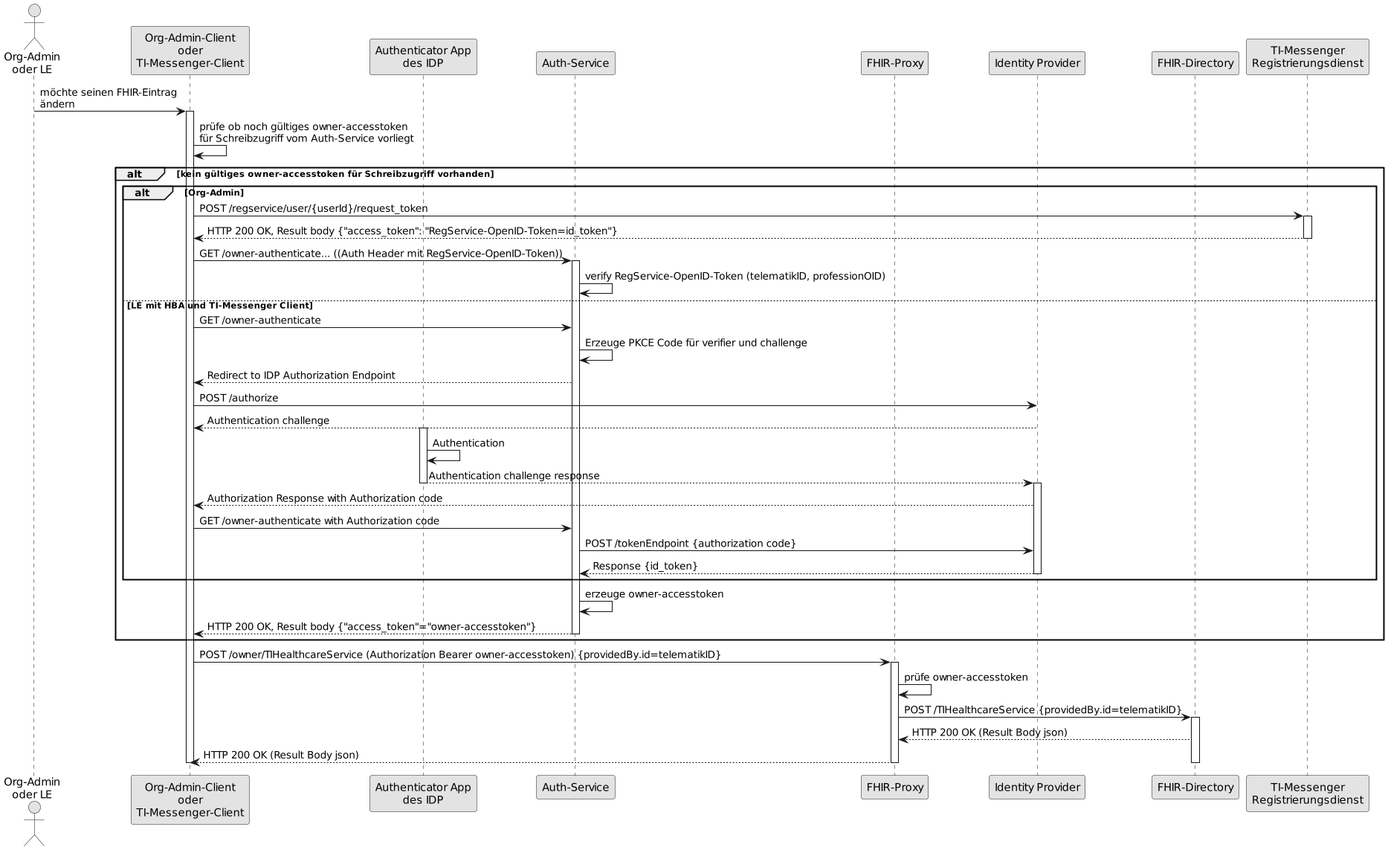
Above: images/diagrams/SequenceDiagram.FHIR-Directory.owner.png in gematik/api-vzd (PlantUML), before the change.
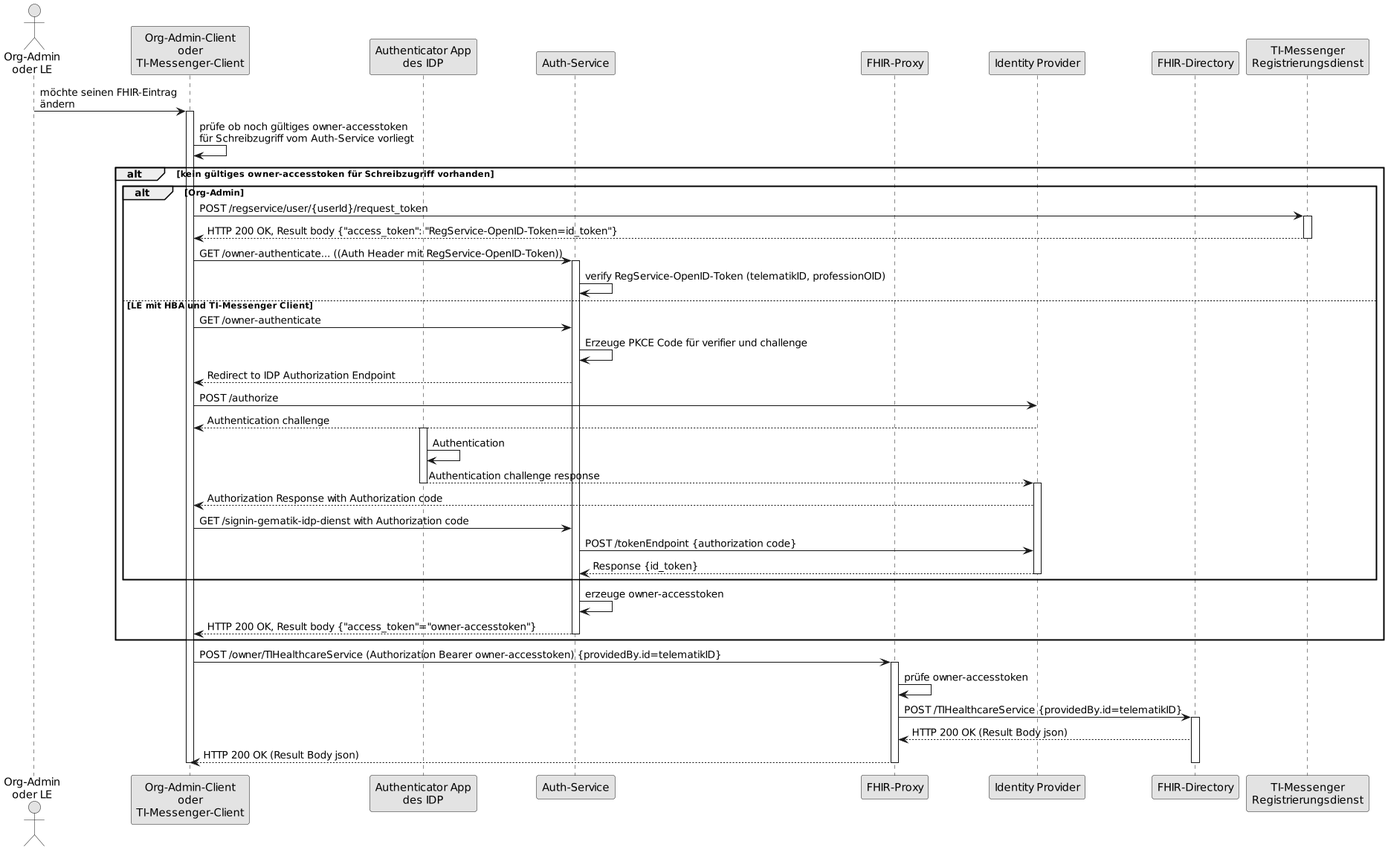
The same diagram one commit later.

Commit message:
Commit from GitHub Actions (GeneratePlantumlImages)

Diff of the diagram source:
```diff
@@ -35,7 +35,7 @@
 deactivate aa
 activate idp
 idp --> cl: Authorization Response with Authorization code
-cl -> au: GET /owner-authenticate with Authorization code
+cl -> au: GET /signin-gematik-idp-dienst with Authorization code
 au -> idp: POST /tokenEndpoint {authorization code}
 idp --> au: Response {id_token}
 
```
